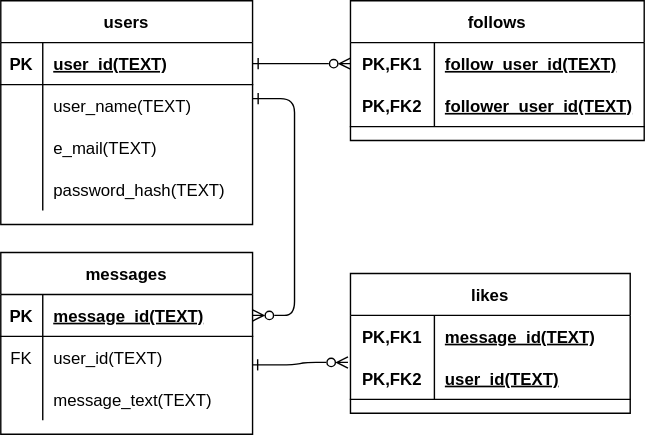
Before: docs/ER.svg, a diagram exported from draw.io (shinbunbun/sns). Source tidied: cells renumbered, new cells last; positions are measured from the earlier drawing's top-left corner, leaving out a move shared by most shapes.
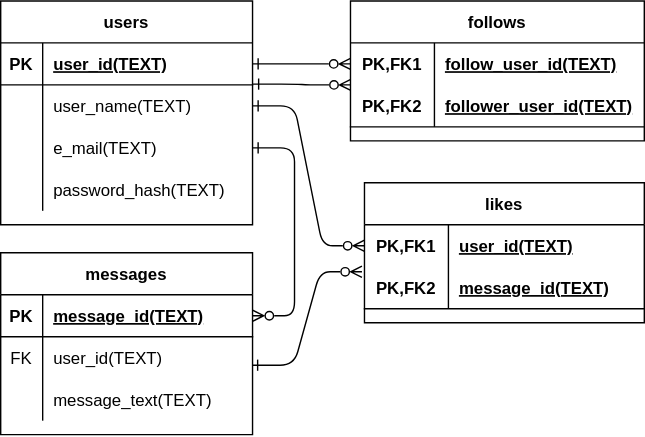
Later version of the same file.

Commit message:
リレーションを追加

Change to the diagram source:
```diff
@@ -96,7 +96,7 @@
       <mxGeometry x="60" width="150" height="30" as="geometry" />
     </mxCell>
     <mxCell id="33" value="likes" style="shape=table;startSize=30;rowLines=0;fontStyle=1;align=center;" parent="1" vertex="1">
-      <mxGeometry x="250" y="195" width="200" height="100" as="geometry" />
+      <mxGeometry x="260" y="130" width="200" height="100" as="geometry" />
     </mxCell>
     <mxCell id="34" style="shape=partialRectangle;fillColor=none;top=0;left=0;bottom=0;right=0;points=[[0,0.5],[1,0.5]];portConstraint=eastwest;" parent="33" vertex="1">
       <mxGeometry y="30" width="200" height="30" as="geometry" />
@@ -104,7 +104,7 @@
     <mxCell id="35" value="PK,FK1" style="shape=partialRectangle;fillColor=none;top=0;left=0;bottom=0;right=0;fontStyle=1;overflow=hidden;" parent="34" vertex="1">
       <mxGeometry width="60" height="30" as="geometry" />
     </mxCell>
-    <mxCell id="36" value="message_id(TEXT)" style="shape=partialRectangle;fillColor=none;top=0;left=0;bottom=0;right=0;align=left;spacingLeft=6;fontStyle=5;overflow=hidden;" parent="34" vertex="1">
+    <mxCell id="36" value="user_id(TEXT)" style="shape=partialRectangle;fillColor=none;top=0;left=0;bottom=0;right=0;align=left;spacingLeft=6;fontStyle=5;overflow=hidden;" parent="34" vertex="1">
       <mxGeometry x="60" width="140" height="30" as="geometry" />
     </mxCell>
     <mxCell id="37" style="shape=partialRectangle;fillColor=none;top=0;left=0;bottom=1;right=0;" parent="33" vertex="1">
@@ -113,14 +113,20 @@
     <mxCell id="38" value="PK,FK2" style="shape=partialRectangle;fillColor=none;top=0;left=0;bottom=0;right=0;fontStyle=1;overflow=hidden;" parent="37" vertex="1">
       <mxGeometry width="60" height="30" as="geometry" />
     </mxCell>
-    <mxCell id="39" value="user_id(TEXT)" style="shape=partialRectangle;fillColor=none;top=0;left=0;bottom=0;right=0;align=left;spacingLeft=6;fontStyle=5;overflow=hidden;" parent="37" vertex="1">
+    <mxCell id="39" value="message_id(TEXT)" style="shape=partialRectangle;fillColor=none;top=0;left=0;bottom=0;right=0;align=left;spacingLeft=6;fontStyle=5;overflow=hidden;" parent="37" vertex="1">
       <mxGeometry x="60" width="140" height="30" as="geometry" />
     </mxCell>
     <mxCell id="40" style="edgeStyle=entityRelationEdgeStyle;fontSize=12;html=1;endArrow=ERzeroToMany;entryX=-0.009;entryY=1.12;entryDx=0;entryDy=0;entryPerimeter=0;startArrow=ERone;startFill=0;endFill=0;exitX=0.998;exitY=0.678;exitDx=0;exitDy=0;exitPerimeter=0;" parent="1" edge="1" source="20" target="34">
       <mxGeometry relative="1" as="geometry" />
     </mxCell>
-    <mxCell id="41" style="edgeStyle=entityRelationEdgeStyle;fontSize=12;html=1;endArrow=ERzeroToMany;entryX=1;entryY=0.5;entryDx=0;entryDy=0;exitX=1;exitY=0.333;exitDx=0;exitDy=0;exitPerimeter=0;endFill=0;startArrow=ERone;startFill=0;" parent="1" edge="1" source="6" target="17">
+    <mxCell id="41" style="edgeStyle=entityRelationEdgeStyle;fontSize=12;html=1;endArrow=ERzeroToMany;entryX=1;entryY=0.5;entryDx=0;entryDy=0;exitX=1;exitY=0.5;exitDx=0;exitDy=0;endFill=0;startArrow=ERone;startFill=0;" parent="1" edge="1" source="9" target="17">
       <mxGeometry relative="1" as="geometry" />
     </mxCell>
+    <mxCell id="42" style="edgeStyle=entityRelationEdgeStyle;fontSize=12;html=1;endArrow=ERzeroToMany;endFill=0;exitX=1;exitY=0.5;exitDx=0;exitDy=0;entryX=0;entryY=0.5;entryDx=0;entryDy=0;startArrow=ERone;startFill=0;" parent="1" edge="1" source="6" target="34">
+      <mxGeometry relative="1" as="geometry" />
+    </mxCell>
+    <mxCell id="43" style="edgeStyle=entityRelationEdgeStyle;fontSize=12;html=1;endArrow=ERzeroToMany;startArrow=ERone;startFill=0;endFill=0;entryX=0.001;entryY=0;entryDx=0;entryDy=0;entryPerimeter=0;exitX=1.002;exitY=-0.019;exitDx=0;exitDy=0;exitPerimeter=0;" parent="1" edge="1" source="6" target="30">
+      <mxGeometry relative="1" as="geometry" />
+    </mxCell>
   </root>
 </mxGraphModel>
```
